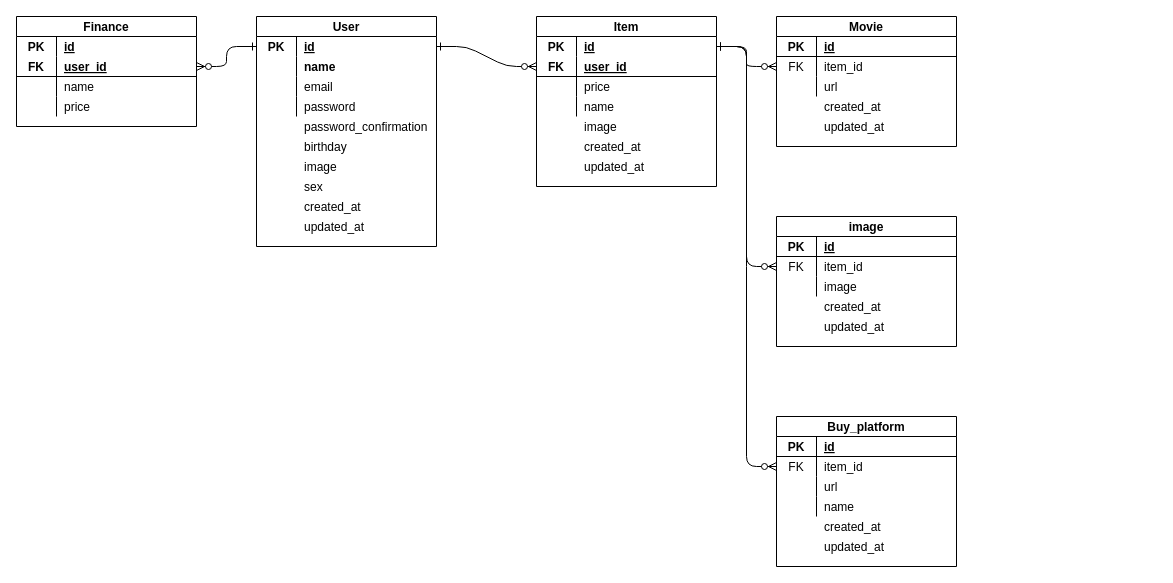
The draw.io diagram src/quick_star.drawio in HayatoKawakami/quick_star, before the edit. Source tidied: cells renumbered, new cells numbered last; positions are measured from the earlier drawing's top-left corner, leaving out a move shared by most shapes. Both pictures are drawn from the tidied source at 100%, with x=0, y=0 at pixel (16, 16).
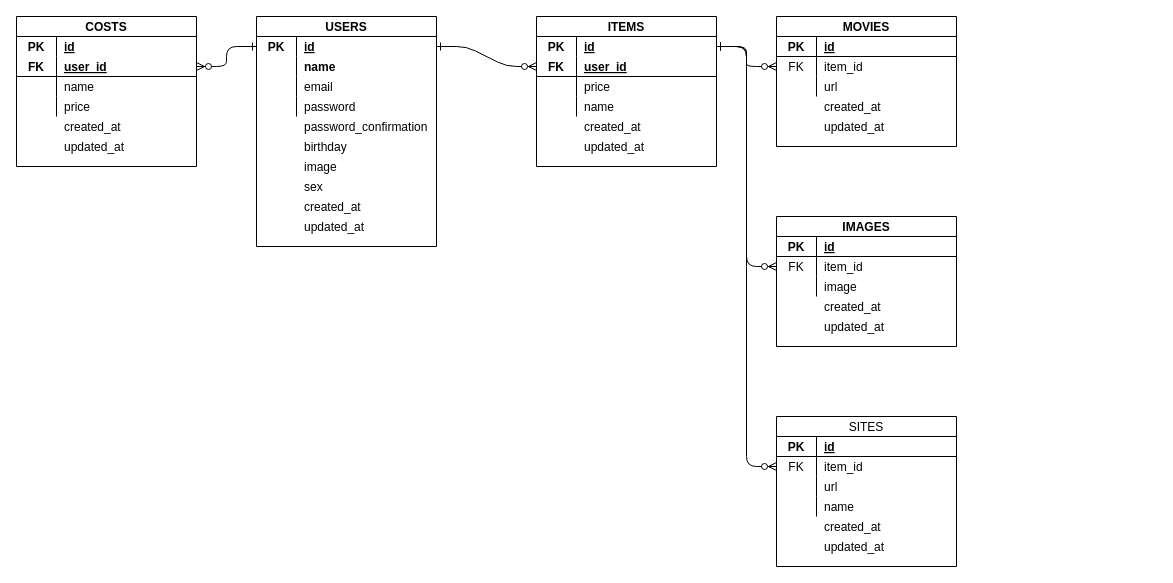
After the change.

Commit message (it also covers changes not shown here):
ER図の仕上げ

The edit, as a diff of the source:
```diff
@@
-    <mxCell id="2" value="User" style="shape=table;startSize=20;childLayout=tableLayout;rowLines=0;fontStyle=1;align=center;strokeColor=default;" parent="1" vertex="1">
+    <mxCell id="2" value="USERS" style="shape=table;startSize=20;childLayout=tableLayout;rowLines=0;fontStyle=1;align=center;strokeColor=default;" parent="1" vertex="1">
       <mxGeometry x="240" width="180" height="230" as="geometry" />
     </mxCell>
@@
-    <mxCell id="15" value="Item" style="shape=table;startSize=20;childLayout=tableLayout;rowLines=0;fontStyle=1;align=center;" parent="1" vertex="1">
-      <mxGeometry x="520" width="180" height="170" as="geometry" />
+    <mxCell id="15" value="ITEMS" style="shape=table;startSize=20;childLayout=tableLayout;rowLines=0;fontStyle=1;align=center;" parent="1" vertex="1">
+      <mxGeometry x="520" width="180" height="150" as="geometry" />
     </mxCell>
@@
-    <mxCell id="29" value="Finance" style="shape=table;startSize=20;childLayout=tableLayout;rowLines=0;fontStyle=1;align=center;" parent="1" vertex="1">
-      <mxGeometry width="180" height="110" as="geometry" />
+    <mxCell id="29" value="COSTS" style="shape=table;startSize=20;childLayout=tableLayout;rowLines=0;fontStyle=1;align=center;" parent="1" vertex="1">
+      <mxGeometry width="180" height="150" as="geometry" />
     </mxCell>
@@
-    <mxCell id="51" value="image" style="shape=partialRectangle;fillColor=none;top=0;left=0;bottom=0;right=0;align=left;spacingLeft=6;overflow=hidden;" parent="1" vertex="1">
-      <mxGeometry x="560" y="100" width="140" height="20" as="geometry" />
-    </mxCell>
-    <mxCell id="52" value="Movie" style="shape=table;startSize=20;childLayout=tableLayout;rowLines=0;fontStyle=1;align=center;strokeColor=default;" parent="1" vertex="1">
+    <mxCell id="52" value="MOVIES" style="shape=table;startSize=20;childLayout=tableLayout;rowLines=0;fontStyle=1;align=center;strokeColor=default;" parent="1" vertex="1">
       <mxGeometry x="760" width="180" height="130" as="geometry" />
     </mxCell>
@@
-    <mxCell id="62" value="image" style="shape=table;startSize=20;childLayout=tableLayout;rowLines=0;fontStyle=1;align=center;" parent="1" vertex="1">
+    <mxCell id="62" value="IMAGES" style="shape=table;startSize=20;childLayout=tableLayout;rowLines=0;fontStyle=1;align=center;" parent="1" vertex="1">
       <mxGeometry x="760" y="200" width="180" height="130" as="geometry" />
     </mxCell>
@@
-    <mxCell id="72" value="Buy_platform" style="shape=table;startSize=20;childLayout=tableLayout;rowLines=0;fontStyle=1;align=center;" parent="1" vertex="1">
+    <mxCell id="72" value="SITES" style="shape=table;startSize=20;childLayout=tableLayout;rowLines=0;fontStyle=0;align=center;" parent="1" vertex="1">
       <mxGeometry x="760" y="400" width="180" height="150" as="geometry" />
     </mxCell>
@@
     <mxCell id="92" style="shape=partialRectangle;fillColor=none;top=0;left=0;bottom=0;right=0;" parent="1" vertex="1">
-      <mxGeometry x="520" y="120" width="180" height="20" as="geometry" />
+      <mxGeometry x="520" y="100" width="180" height="20" as="geometry" />
     </mxCell>
@@
     <mxCell id="95" style="shape=partialRectangle;fillColor=none;top=0;left=0;bottom=0;right=0;" parent="1" vertex="1">
-      <mxGeometry x="520" y="140" width="180" height="20" as="geometry" />
+      <mxGeometry x="520" y="120" width="180" height="20" as="geometry" />
     </mxCell>
@@
+    <mxCell id="124" style="shape=partialRectangle;fillColor=none;top=0;left=0;bottom=0;right=0;" parent="1" vertex="1">
+      <mxGeometry y="100" width="180" height="20" as="geometry" />
+    </mxCell>
+    <mxCell id="125" style="shape=partialRectangle;fillColor=none;top=0;left=0;bottom=0;right=0;overflow=hidden;" parent="124" vertex="1">
+      <mxGeometry width="40" height="20" as="geometry" />
+    </mxCell>
+    <mxCell id="126" value="created_at" style="shape=partialRectangle;fillColor=none;top=0;left=0;bottom=0;right=0;align=left;spacingLeft=6;overflow=hidden;" parent="124" vertex="1">
+      <mxGeometry x="40" width="140" height="20" as="geometry" />
+    </mxCell>
+    <mxCell id="127" style="shape=partialRectangle;fillColor=none;top=0;left=0;bottom=0;right=0;" parent="1" vertex="1">
+      <mxGeometry y="120" width="180" height="20" as="geometry" />
+    </mxCell>
+    <mxCell id="128" style="shape=partialRectangle;fillColor=none;top=0;left=0;bottom=0;right=0;overflow=hidden;" parent="127" vertex="1">
+      <mxGeometry width="40" height="20" as="geometry" />
+    </mxCell>
+    <mxCell id="129" value="updated_at" style="shape=partialRectangle;fillColor=none;top=0;left=0;bottom=0;right=0;align=left;spacingLeft=6;overflow=hidden;" parent="127" vertex="1">
+      <mxGeometry x="40" width="140" height="20" as="geometry" />
+    </mxCell>
```
